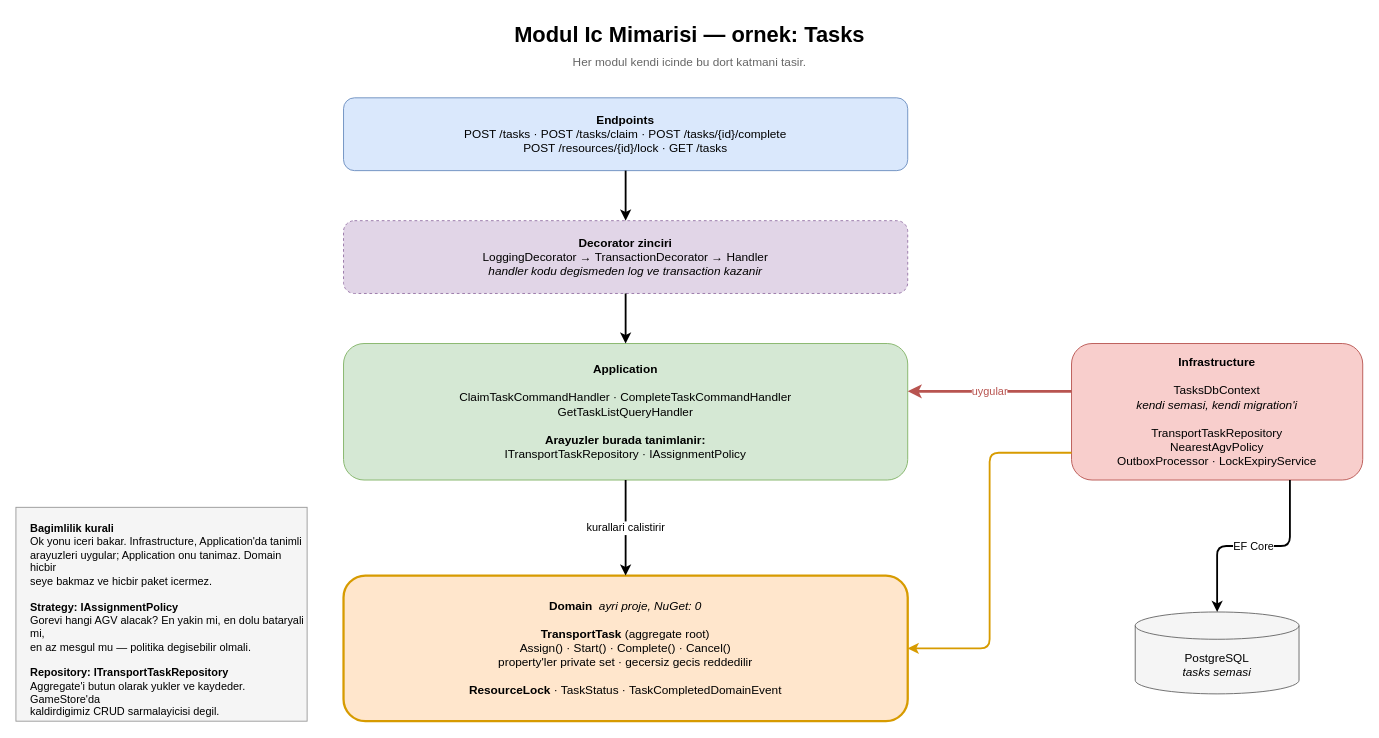
SenaKocaslan/fleetops keeps this draw.io diagram as page "Modul Ic Mimarisi" (3 of 5) of docs/architecture.drawio. Above is the earlier version. Source tidied: cells renumbered, new cells numbered last; positions are measured from the earlier drawing's top-left corner, leaving out a move shared by most shapes. Both pictures are drawn from the tidied source at 91%, with x=0, y=0 at pixel (15, 15).
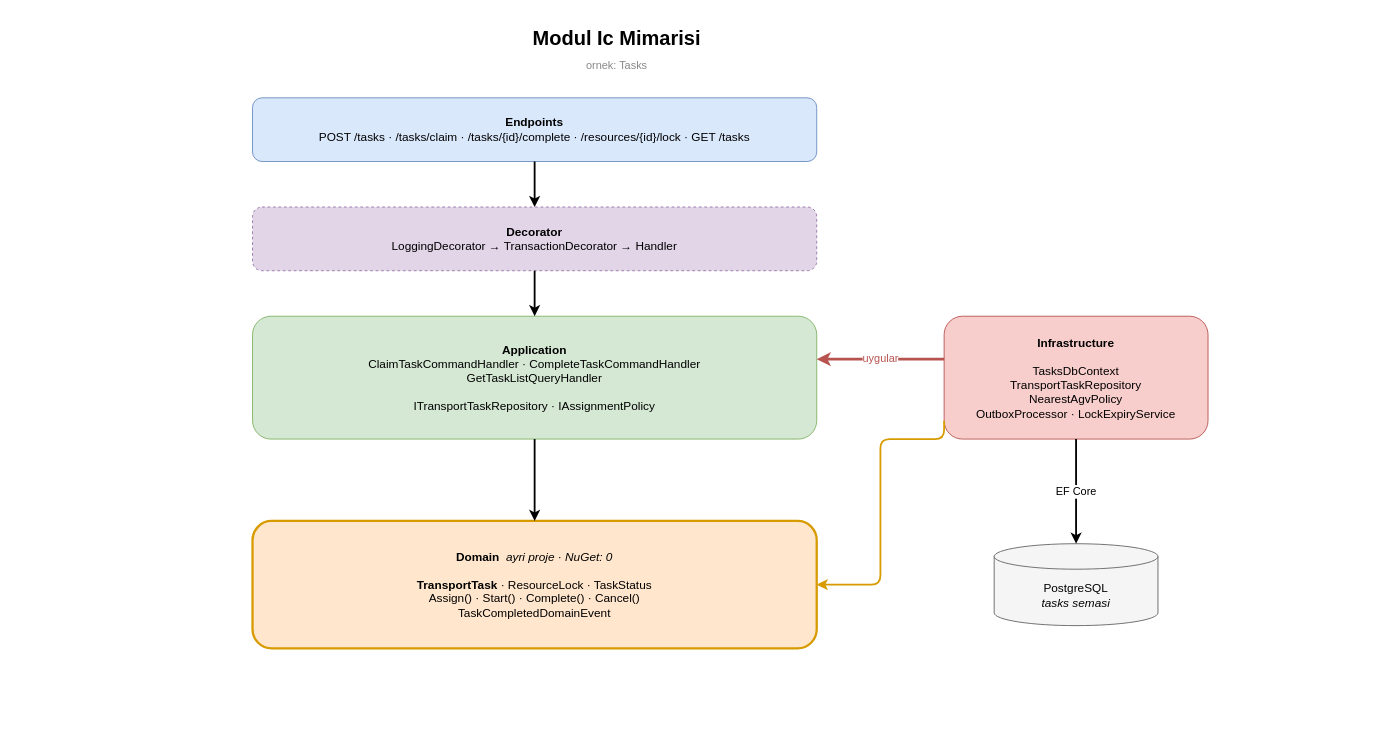
The same page after the edit.

Diff of the diagram source:
```diff
@@
 <mxGraphModel>
   <root>
     <mxCell id="0" />
     <mxCell id="1" parent="0" />
-    <mxCell id="2" value="Modul Ic Mimarisi — ornek: Tasks" style="text;html=1;fontSize=24;fontStyle=1;align=center;" parent="1" vertex="1">
-      <mxGeometry x="440" width="600" height="40" as="geometry" />
+    <mxCell id="2" value="Modul Ic Mimarisi" style="text;html=1;fontSize=22;fontStyle=1;align=center;" parent="1" vertex="1">
+      <mxGeometry x="360" y="5" width="600" height="36" as="geometry" />
     </mxCell>
-    <mxCell id="3" value="Her modul kendi icinde bu dort katmani tasir." style="text;html=1;fontSize=13;align=center;fontColor=#666666;" parent="1" vertex="1">
-      <mxGeometry x="440" y="37" width="600" height="24" as="geometry" />
+    <mxCell id="3" value="ornek: Tasks" style="text;html=1;fontSize=12;align=center;fontColor=#888888;" parent="1" vertex="1">
+      <mxGeometry x="360" y="41" width="600" height="22" as="geometry" />
     </mxCell>
-    <mxCell id="4" value="&lt;b&gt;Endpoints&lt;/b&gt;&lt;br&gt;POST /tasks · POST /tasks/claim · POST /tasks/{id}/complete&lt;br&gt;POST /resources/{id}/lock · GET /tasks" style="rounded=1;whiteSpace=wrap;html=1;fillColor=#dae8fc;strokeColor=#6c8ebf;fontSize=13;" parent="1" vertex="1">
-      <mxGeometry x="360" y="90" width="620" height="80" as="geometry" />
+    <mxCell id="4" value="&lt;b&gt;Endpoints&lt;/b&gt;&lt;br&gt;POST /tasks · /tasks/claim · /tasks/{id}/complete · /resources/{id}/lock · GET /tasks" style="rounded=1;whiteSpace=wrap;html=1;fillColor=#dae8fc;strokeColor=#6c8ebf;fontSize=13;" parent="1" vertex="1">
+      <mxGeometry x="260" y="90" width="620" height="70" as="geometry" />
     </mxCell>
-    <mxCell id="5" value="&lt;b&gt;Decorator zinciri&lt;/b&gt;&lt;br&gt;LoggingDecorator → TransactionDecorator → Handler&lt;br&gt;&lt;i&gt;handler kodu degismeden log ve transaction kazanir&lt;/i&gt;" style="rounded=1;whiteSpace=wrap;html=1;fillColor=#e1d5e7;strokeColor=#9673a6;fontSize=13;dashed=1;" parent="1" vertex="1">
-      <mxGeometry x="360" y="225" width="620" height="80" as="geometry" />
+    <mxCell id="5" value="&lt;b&gt;Decorator&lt;/b&gt;&lt;br&gt;LoggingDecorator → TransactionDecorator → Handler" style="rounded=1;whiteSpace=wrap;html=1;fillColor=#e1d5e7;strokeColor=#9673a6;fontSize=13;dashed=1;" parent="1" vertex="1">
+      <mxGeometry x="260" y="210" width="620" height="70" as="geometry" />
     </mxCell>
-    <mxCell id="6" value="&lt;b&gt;Application&lt;/b&gt;&lt;br&gt;&lt;br&gt;ClaimTaskCommandHandler · CompleteTaskCommandHandler&lt;br&gt;GetTaskListQueryHandler&lt;br&gt;&lt;br&gt;&lt;b&gt;Arayuzler burada tanimlanir:&lt;/b&gt;&lt;br&gt;ITransportTaskRepository · IAssignmentPolicy" style="rounded=1;whiteSpace=wrap;html=1;fillColor=#d5e8d4;strokeColor=#82b366;fontSize=13;" parent="1" vertex="1">
-      <mxGeometry x="360" y="360" width="620" height="150" as="geometry" />
+    <mxCell id="6" value="&lt;b&gt;Application&lt;/b&gt;&lt;br&gt;ClaimTaskCommandHandler · CompleteTaskCommandHandler&lt;br&gt;GetTaskListQueryHandler&lt;br&gt;&lt;br&gt;ITransportTaskRepository · IAssignmentPolicy" style="rounded=1;whiteSpace=wrap;html=1;fillColor=#d5e8d4;strokeColor=#82b366;fontSize=13;" parent="1" vertex="1">
+      <mxGeometry x="260" y="330" width="620" height="135" as="geometry" />
     </mxCell>
-    <mxCell id="7" value="&lt;b&gt;Domain&lt;/b&gt;  &lt;i&gt;ayri proje, NuGet: 0&lt;/i&gt;&lt;br&gt;&lt;br&gt;&lt;b&gt;TransportTask&lt;/b&gt; (aggregate root)&lt;br&gt;Assign() · Start() · Complete() · Cancel()&lt;br&gt;property'ler private set · gecersiz gecis reddedilir&lt;br&gt;&lt;br&gt;&lt;b&gt;ResourceLock&lt;/b&gt; · TaskStatus · TaskCompletedDomainEvent" style="rounded=1;whiteSpace=wrap;html=1;fillColor=#ffe6cc;strokeColor=#d79b00;fontSize=13;strokeWidth=2.5;" parent="1" vertex="1">
-      <mxGeometry x="360" y="615" width="620" height="160" as="geometry" />
+    <mxCell id="7" value="&lt;b&gt;Domain&lt;/b&gt;  &lt;i&gt;ayri proje · NuGet: 0&lt;/i&gt;&lt;br&gt;&lt;br&gt;&lt;b&gt;TransportTask&lt;/b&gt; · ResourceLock · TaskStatus&lt;br&gt;Assign() · Start() · Complete() · Cancel()&lt;br&gt;TaskCompletedDomainEvent" style="rounded=1;whiteSpace=wrap;html=1;fillColor=#ffe6cc;strokeColor=#d79b00;fontSize=13;strokeWidth=2.5;" parent="1" vertex="1">
+      <mxGeometry x="260" y="555" width="620" height="140" as="geometry" />
     </mxCell>
-    <mxCell id="8" value="&lt;b&gt;Infrastructure&lt;/b&gt;&lt;br&gt;&lt;br&gt;TasksDbContext&lt;br&gt;&lt;i&gt;kendi semasi, kendi migration'i&lt;/i&gt;&lt;br&gt;&lt;br&gt;TransportTaskRepository&lt;br&gt;NearestAgvPolicy&lt;br&gt;OutboxProcessor · LockExpiryService" style="rounded=1;whiteSpace=wrap;html=1;fillColor=#f8cecc;strokeColor=#b85450;fontSize=13;" parent="1" vertex="1">
-      <mxGeometry x="1160" y="360" width="320" height="150" as="geometry" />
+    <mxCell id="8" value="&lt;b&gt;Infrastructure&lt;/b&gt;&lt;br&gt;&lt;br&gt;TasksDbContext&lt;br&gt;TransportTaskRepository&lt;br&gt;NearestAgvPolicy&lt;br&gt;OutboxProcessor · LockExpiryService" style="rounded=1;whiteSpace=wrap;html=1;fillColor=#f8cecc;strokeColor=#b85450;fontSize=13;" parent="1" vertex="1">
+      <mxGeometry x="1020" y="330" width="290" height="135" as="geometry" />
     </mxCell>
-    <mxCell id="9" value="PostgreSQL&lt;br&gt;&lt;i&gt;tasks semasi&lt;/i&gt;" style="shape=cylinder3;boundedLbl=1;backgroundOutline=1;size=15;whiteSpace=wrap;html=1;fillColor=#f5f5f5;strokeColor=#666666;fontSize=13;" parent="1" vertex="1">
-      <mxGeometry x="1230" y="655" width="180" height="90" as="geometry" />
+    <mxCell id="9" value="PostgreSQL&lt;br&gt;&lt;i&gt;tasks semasi&lt;/i&gt;" style="shape=cylinder3;boundedLbl=1;backgroundOutline=1;size=14;whiteSpace=wrap;html=1;fillColor=#f5f5f5;strokeColor=#666666;fontSize=13;" parent="1" vertex="1">
+      <mxGeometry x="1075" y="580" width="180" height="90" as="geometry" />
     </mxCell>
     <mxCell id="10" style="edgeStyle=orthogonalEdgeStyle;html=1;strokeWidth=2;exitX=0.5;exitY=1;exitDx=0;exitDy=0;entryX=0.5;entryY=0;entryDx=0;entryDy=0;" parent="1" edge="1" source="4" target="5">
       <mxGeometry relative="1" as="geometry" />
     </mxCell>
     <mxCell id="11" style="edgeStyle=orthogonalEdgeStyle;html=1;strokeWidth=2;exitX=0.5;exitY=1;exitDx=0;exitDy=0;entryX=0.5;entryY=0;entryDx=0;entryDy=0;" parent="1" edge="1" source="5" target="6">
       <mxGeometry relative="1" as="geometry" />
     </mxCell>
-    <mxCell id="12" value="kurallari calistirir" style="edgeStyle=orthogonalEdgeStyle;html=1;strokeWidth=2;fontSize=12;exitX=0.5;exitY=1;exitDx=0;exitDy=0;entryX=0.5;entryY=0;entryDx=0;entryDy=0;" parent="1" edge="1" source="6" target="7">
+    <mxCell id="12" style="edgeStyle=orthogonalEdgeStyle;html=1;strokeWidth=2;exitX=0.5;exitY=1;exitDx=0;exitDy=0;entryX=0.5;entryY=0;entryDx=0;entryDy=0;" parent="1" edge="1" source="6" target="7">
       <mxGeometry relative="1" as="geometry" />
     </mxCell>
     <mxCell id="13" value="uygular" style="edgeStyle=orthogonalEdgeStyle;html=1;strokeWidth=3;strokeColor=#b85450;fontSize=12;fontColor=#b85450;exitX=0;exitY=0.35;exitDx=0;exitDy=0;entryX=1;entryY=0.35;entryDx=0;entryDy=0;" parent="1" edge="1" source="8" target="6">
       <mxGeometry relative="1" as="geometry" />
     </mxCell>
-    <mxCell id="14" style="edgeStyle=orthogonalEdgeStyle;html=1;strokeWidth=2;strokeColor=#d79b00;exitX=0;exitY=0.8;exitDx=0;exitDy=0;entryX=1;entryY=0.5;entryDx=0;entryDy=0;" parent="1" edge="1" source="8" target="7">
+    <mxCell id="14" style="edgeStyle=orthogonalEdgeStyle;html=1;strokeWidth=2;strokeColor=#d79b00;exitX=0;exitY=0.85;exitDx=0;exitDy=0;entryX=1;entryY=0.5;entryDx=0;entryDy=0;" parent="1" edge="1" source="8" target="7">
       <mxGeometry relative="1" as="geometry">
         <Array as="points">
-          <mxPoint x="1070" y="480" />
-          <mxPoint x="1070" y="695" />
+          <mxPoint x="950" y="465" />
+          <mxPoint x="950" y="625" />
         </Array>
       </mxGeometry>
     </mxCell>
-    <mxCell id="15" value="EF Core" style="edgeStyle=orthogonalEdgeStyle;html=1;strokeWidth=2;fontSize=12;exitX=0.75;exitY=1;exitDx=0;exitDy=0;entryX=0.5;entryY=0;entryDx=0;entryDy=0;" parent="1" edge="1" source="8" target="9">
+    <mxCell id="15" value="EF Core" style="edgeStyle=orthogonalEdgeStyle;html=1;strokeWidth=2;fontSize=12;exitX=0.5;exitY=1;exitDx=0;exitDy=0;entryX=0.5;entryY=0;entryDx=0;entryDy=0;" parent="1" edge="1" source="8" target="9">
       <mxGeometry relative="1" as="geometry" />
     </mxCell>
-    <mxCell id="16" value="&lt;b&gt;Bagimlilik kurali&lt;/b&gt;&lt;br&gt;Ok yonu iceri bakar. Infrastructure, Application'da tanimli&lt;br&gt;arayuzleri uygular; Application onu tanimaz. Domain hicbir&lt;br&gt;seye bakmaz ve hicbir paket icermez.&lt;br&gt;&lt;br&gt;&lt;b&gt;Strategy: IAssignmentPolicy&lt;/b&gt;&lt;br&gt;Gorevi hangi AGV alacak? En yakin mi, en dolu bataryali mi,&lt;br&gt;en az mesgul mu — politika degisebilir olmali.&lt;br&gt;&lt;br&gt;&lt;b&gt;Repository: ITransportTaskRepository&lt;/b&gt;&lt;br&gt;Aggregate'i butun olarak yukler ve kaydeder. GameStore'da&lt;br&gt;kaldirdigimiz CRUD sarmalayicisi degil." style="rounded=0;whiteSpace=wrap;html=1;fillColor=#f5f5f5;strokeColor=#999999;align=left;verticalAlign=top;spacingLeft=14;spacingTop=10;fontSize=12;" parent="1" vertex="1">
-      <mxGeometry y="540" width="320" height="235" as="geometry" />
-    </mxCell>
   </root>
 </mxGraphModel>
```
